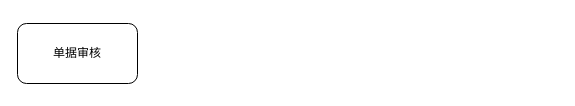
dingzeng/Files keeps this draw.io diagram as 云帆单据审核消息处理流程.drawio. Above is the earlier version. Source tidied: cells renumbered, new cells numbered last; positions are measured from the earlier drawing's top-left corner, leaving out a move shared by most shapes. Both pictures are drawn from the tidied source at 100%, with x=0, y=0 at pixel (17, 23).
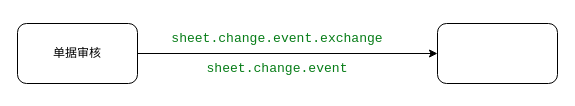
Above is the later version.

Commit message (it also covers changes not shown here):
更新云帆单据审核消息处理流程.drawio

What changed in the source:
```diff
@@
 <mxGraphModel>
   <root>
     <mxCell id="0" />
     <mxCell id="1" parent="0" />
+    <mxCell id="3" style="edgeStyle=orthogonalEdgeStyle;rounded=0;jettySize=auto;html=1;" parent="1" edge="1" source="2" target="4">
+      <mxGeometry relative="1" as="geometry" />
+    </mxCell>
     <mxCell id="2" value="单据审核" style="rounded=1;whiteSpace=wrap;html=1;" parent="1" vertex="1">
       <mxGeometry width="120" height="60" as="geometry" />
     </mxCell>
+    <mxCell id="4" style="whiteSpace=wrap;html=1;rounded=1;" parent="1" vertex="1">
+      <mxGeometry x="420" width="120" height="60" as="geometry" />
+    </mxCell>
+    <mxCell id="5" value="&lt;div style=&quot;background-color: rgb(255, 255, 255); color: rgb(8, 8, 8);&quot;&gt;&lt;pre style=&quot;font-family:'JetBrains Mono',monospace;font-size:9.8pt;&quot;&gt;&lt;div&gt;&lt;pre style=&quot;font-family:'JetBrains Mono',monospace;font-size:9.8pt;&quot;&gt;&lt;span style=&quot;color:#067d17;&quot;&gt;sheet.change.event.exchange&lt;/span&gt;&lt;/pre&gt;&lt;/div&gt;&lt;/pre&gt;&lt;/div&gt;" style="text;html=1;whiteSpace=wrap;strokeColor=none;fillColor=none;align=center;verticalAlign=middle;rounded=0;" parent="1" vertex="1">
+      <mxGeometry x="230" width="60" height="30" as="geometry" />
+    </mxCell>
+    <mxCell id="6" value="&lt;div style=&quot;background-color:#ffffff;color:#080808&quot;&gt;&lt;pre style=&quot;font-family:'JetBrains Mono',monospace;font-size:9.8pt;&quot;&gt;&lt;span style=&quot;color:#067d17;&quot;&gt;sheet.change.event&lt;/span&gt;&lt;/pre&gt;&lt;/div&gt;" style="text;html=1;whiteSpace=wrap;strokeColor=none;fillColor=none;align=center;verticalAlign=middle;rounded=0;" parent="1" vertex="1">
+      <mxGeometry x="230" y="30" width="60" height="30" as="geometry" />
+    </mxCell>
   </root>
 </mxGraphModel>
```
